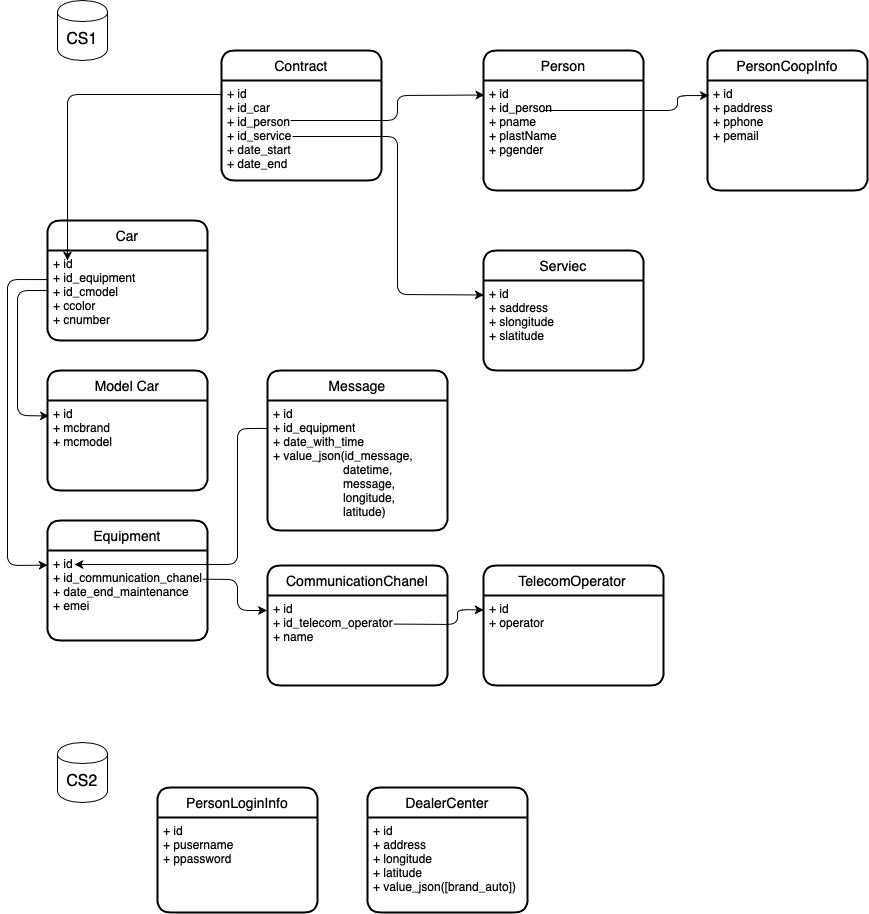
Before: model/bd_cs.png, a diagram exported from draw.io (timoninas/db-practice). Source tidied: cells renumbered, new cells last; positions are measured from the earlier drawing's top-left corner, leaving out a move shared by most shapes.
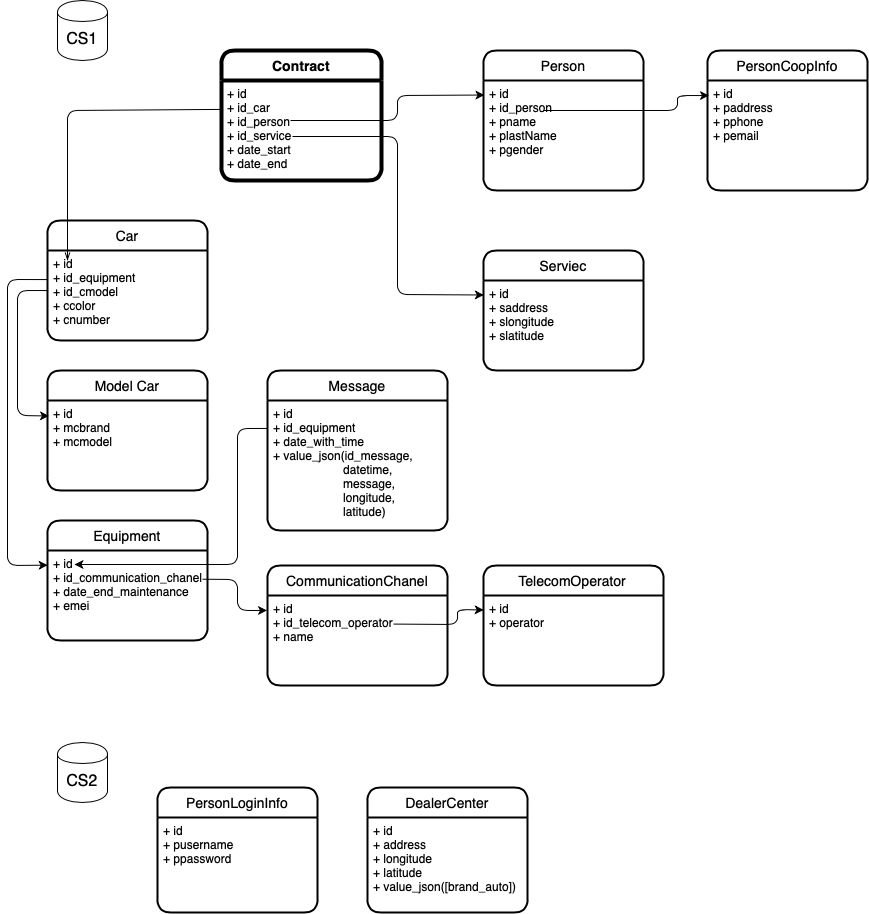
After the commit.

Diff of the diagram source:
```diff
@@ -2,7 +2,7 @@
   <root>
     <mxCell id="0" />
     <mxCell id="1" parent="0" />
-    <mxCell id="2" value="Contract" style="swimlane;horizontal=1;startSize=30;rounded=1;fontSize=14;fontStyle=0;strokeWidth=2;shadow=0;dashed=0;align=center;" parent="1" vertex="1">
+    <mxCell id="2" value="Contract" style="swimlane;horizontal=1;startSize=30;rounded=1;fontSize=14;fontStyle=1;strokeWidth=4;shadow=0;dashed=0;align=center;" parent="1" vertex="1">
       <mxGeometry x="214" y="50" width="160" height="130" as="geometry" />
     </mxCell>
     <mxCell id="3" style="endArrow=classic;html=1;entryX=0.006;entryY=0.132;entryDx=0;entryDy=0;entryPerimeter=0;" parent="2" edge="1" target="21">
@@ -152,12 +152,11 @@
     <mxCell id="35" value="+ id&#10;+ operator" style="align=left;strokeColor=none;fillColor=none;spacingLeft=4;fontSize=12;verticalAlign=top;" parent="34" vertex="1">
       <mxGeometry y="30" width="180" height="90" as="geometry" />
     </mxCell>
-    <mxCell id="36" style="endArrow=classic;html=1;" parent="1" edge="1">
+    <mxCell id="36" style="endArrow=openThin;html=1;exitX=0.01;exitY=0.289;exitDx=0;exitDy=0;exitPerimeter=0;endFill=0;" parent="1" edge="1" source="4">
       <mxGeometry relative="1" as="geometry">
-        <mxPoint x="215" y="94" as="sourcePoint" />
         <mxPoint x="60" y="260" as="targetPoint" />
         <Array as="points">
-          <mxPoint x="60" y="94" />
+          <mxPoint x="60" y="110" />
         </Array>
       </mxGeometry>
     </mxCell>
```
